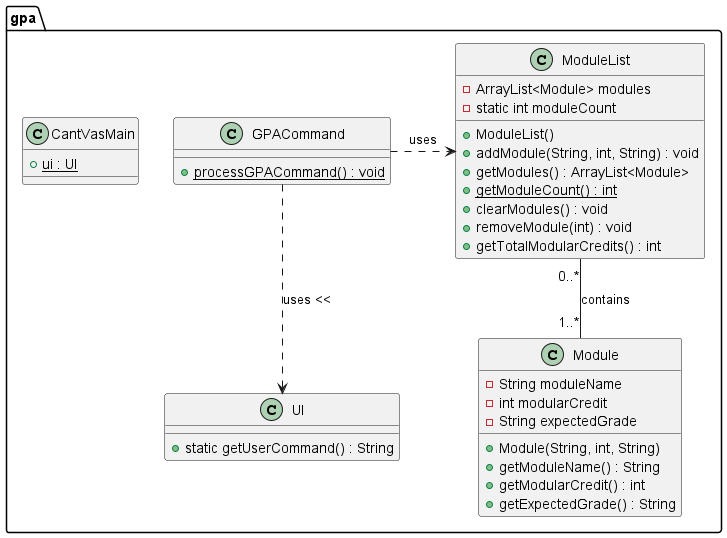
Earlier version of the PlantUML export docs/diagrams/classdiagram/GPAClass.png (nyh3/tp). Its diagram source:
```plantuml
@startuml

package gpa {
    class GPACommand {
        + {static} processGPACommand() : void
    }

    class ModuleList {
        - ArrayList<Module> modules
        - static int moduleCount

        + ModuleList()
        + addModule(String, int, String) : void
        + getModules() : ArrayList<Module>
        + {static} getModuleCount() : int
        + clearModules() : void
        + removeModule(int) : void
        + getTotalModularCredits() : int
    }

    class Module {
        - String moduleName
        - int modularCredit
        - String expectedGrade

        + Module(String, int, String)
        + getModuleName() : String
        + getModularCredit() : int
        + getExpectedGrade() : String
    }

    class CantVasMain {
        + {static} ui : UI
    }

    class UI {
        + static getUserCommand() : String
    }
}

GPACommand .down.> UI : uses <<
GPACommand .right.> ModuleList : uses
ModuleList "0..*" -- "1..*" Module : contains

@enduml
```
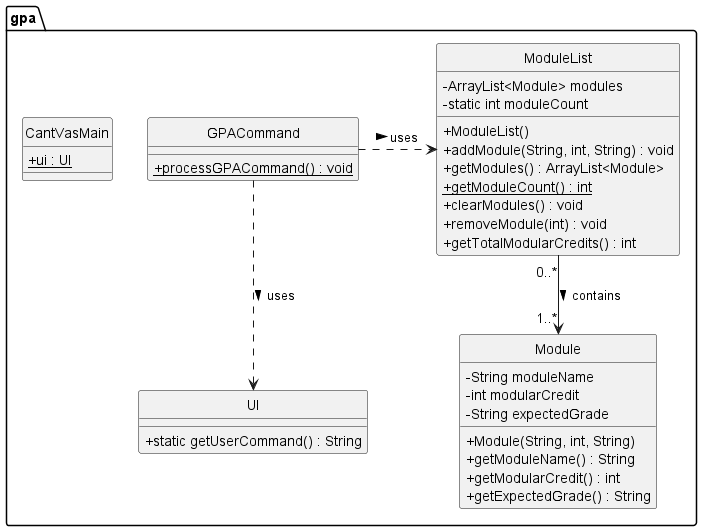
After the change.

The edit, as a diff of the source:
```diff
@@ -1,4 +1,7 @@
 @startuml
+
+hide circle
+skinparam classAttributeIconSize 0
 
 package gpa {
     class GPACommand {
@@ -38,8 +41,8 @@
     }
 }
 
-GPACommand .down.> UI : uses <<
-GPACommand .right.> ModuleList : uses
-ModuleList "0..*" -- "1..*" Module : contains
+GPACommand .down.> UI : uses >
+GPACommand .right.> ModuleList : uses >
+ModuleList "0..*" --> "1..*" Module : contains >
 
 @enduml
```
